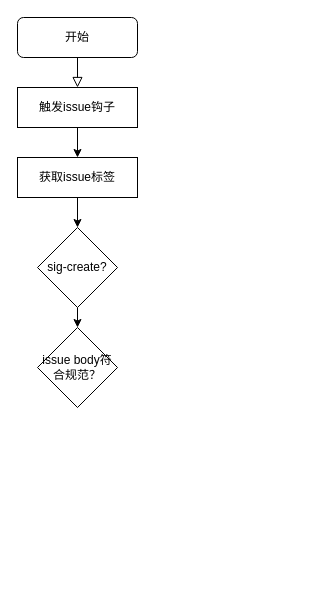
This is Untitled Diagram.drawio from weijiang1994/draw-io, a draw.io file, before an edit. Source tidied: cells renumbered, new cells numbered last; positions are measured from the earlier drawing's top-left corner, leaving out a move shared by most shapes. Both pictures are drawn from the tidied source at 100%, with x=0, y=0 at pixel (17, 17).
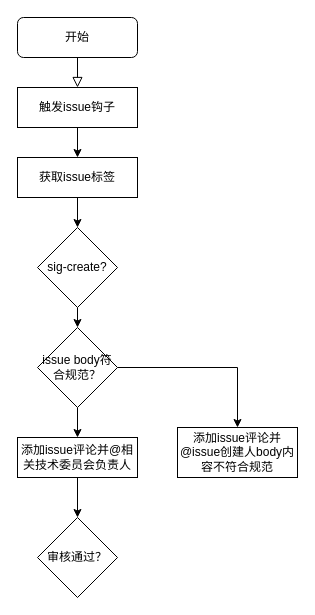
The same diagram, later.

Change to the diagram source:
```diff
@@
 <mxGraphModel>
   <root>
     <mxCell id="0" />
     <mxCell id="1" parent="0" />
     <mxCell id="2" style="rounded=0;html=1;jettySize=auto;fontSize=11;endArrow=block;endFill=0;endSize=8;strokeWidth=1;shadow=0;labelBackgroundColor=none;edgeStyle=orthogonalEdgeStyle;" parent="1" edge="1" source="3">
       <mxGeometry relative="1" as="geometry">
         <mxPoint x="60" y="70" as="targetPoint" />
       </mxGeometry>
     </mxCell>
     <mxCell id="3" value="开始" style="rounded=1;whiteSpace=wrap;html=1;fontSize=12;glass=0;strokeWidth=1;shadow=0;" parent="1" vertex="1">
       <mxGeometry width="120" height="40" as="geometry" />
     </mxCell>
     <mxCell id="4" style="edgeStyle=orthogonalEdgeStyle;rounded=0;jettySize=auto;html=1;exitX=0.5;exitY=1;exitDx=0;exitDy=0;entryX=0.5;entryY=0;entryDx=0;entryDy=0;" parent="1" edge="1" source="5" target="7">
       <mxGeometry relative="1" as="geometry" />
     </mxCell>
     <mxCell id="5" value="触发issue钩子" style="rounded=0;whiteSpace=wrap;html=1;" parent="1" vertex="1">
       <mxGeometry y="70" width="120" height="40" as="geometry" />
     </mxCell>
     <mxCell id="6" style="edgeStyle=orthogonalEdgeStyle;rounded=0;jettySize=auto;html=1;exitX=0.5;exitY=1;exitDx=0;exitDy=0;entryX=0.5;entryY=0;entryDx=0;entryDy=0;" parent="1" edge="1" source="7" target="9">
       <mxGeometry relative="1" as="geometry" />
     </mxCell>
     <mxCell id="7" value="获取issue标签" style="rounded=0;whiteSpace=wrap;html=1;" parent="1" vertex="1">
       <mxGeometry y="140" width="120" height="40" as="geometry" />
     </mxCell>
     <mxCell id="8" style="edgeStyle=orthogonalEdgeStyle;rounded=0;jettySize=auto;html=1;exitX=0.5;exitY=1;exitDx=0;exitDy=0;entryX=0.5;entryY=0;entryDx=0;entryDy=0;" parent="1" edge="1" source="9" target="10">
       <mxGeometry relative="1" as="geometry" />
     </mxCell>
     <mxCell id="9" value="sig-create?" style="rhombus;whiteSpace=wrap;html=1;" parent="1" vertex="1">
       <mxGeometry x="20" y="210" width="80" height="80" as="geometry" />
     </mxCell>
+    <mxCell id="11" style="edgeStyle=orthogonalEdgeStyle;rounded=0;jettySize=auto;html=1;exitX=0.5;exitY=1;exitDx=0;exitDy=0;entryX=0.5;entryY=0;entryDx=0;entryDy=0;" parent="1" edge="1" source="10" target="14">
+      <mxGeometry relative="1" as="geometry" />
+    </mxCell>
+    <mxCell id="12" style="edgeStyle=orthogonalEdgeStyle;rounded=0;jettySize=auto;html=1;exitX=1;exitY=0.5;exitDx=0;exitDy=0;" parent="1" edge="1" source="10" target="16">
+      <mxGeometry relative="1" as="geometry" />
+    </mxCell>
     <mxCell id="10" value="issue body符合规范？" style="rhombus;whiteSpace=wrap;html=1;" parent="1" vertex="1">
       <mxGeometry x="20" y="310" width="80" height="80" as="geometry" />
     </mxCell>
+    <mxCell id="13" style="edgeStyle=orthogonalEdgeStyle;rounded=0;jettySize=auto;html=1;exitX=0.5;exitY=1;exitDx=0;exitDy=0;entryX=0.5;entryY=0;entryDx=0;entryDy=0;" parent="1" edge="1" source="14" target="15">
+      <mxGeometry relative="1" as="geometry" />
+    </mxCell>
+    <mxCell id="14" value="添加issue评论并@相关技术委员会负责人" style="rounded=0;whiteSpace=wrap;html=1;" parent="1" vertex="1">
+      <mxGeometry y="420" width="120" height="40" as="geometry" />
+    </mxCell>
+    <mxCell id="15" value="审核通过？" style="rhombus;whiteSpace=wrap;html=1;" parent="1" vertex="1">
+      <mxGeometry x="20" y="500" width="80" height="80" as="geometry" />
+    </mxCell>
+    <mxCell id="16" value="添加issue评论并@issue创建人body内容不符合规范" style="rounded=0;whiteSpace=wrap;html=1;" parent="1" vertex="1">
+      <mxGeometry x="160" y="410" width="120" height="50" as="geometry" />
+    </mxCell>
   </root>
 </mxGraphModel>
```
